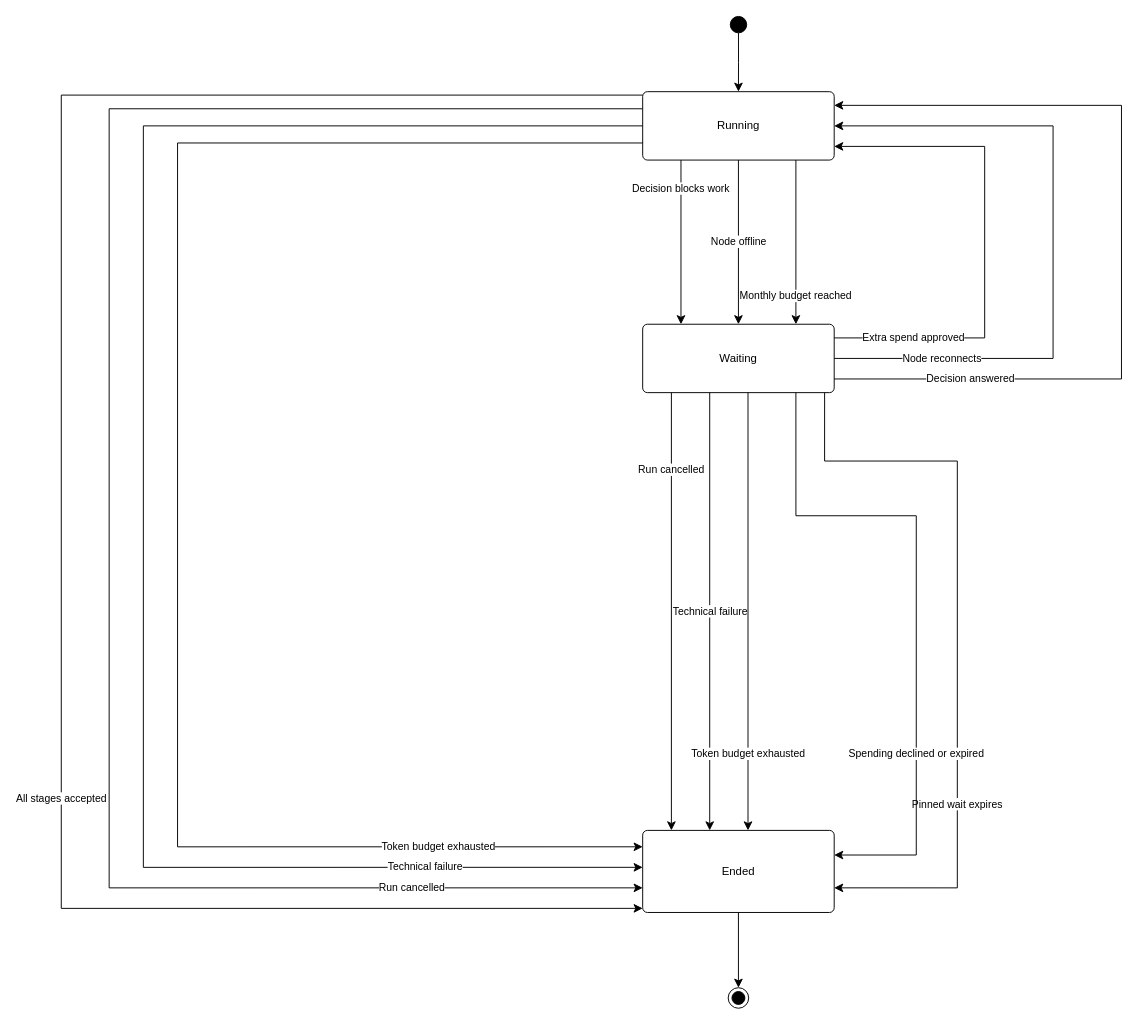
This is page "Research Run Orchestration" (4 of 8) of diagrams/09-state-machine/State-Machine-Diagrams.drawio from openai-scientist/docs, a draw.io file, before an edit. Source tidied: cells renumbered, new cells numbered last; positions are measured from the earlier drawing's top-left corner, leaving out a move shared by most shapes. Both pictures are drawn from the tidied source at 95%, with x=0, y=0 at pixel (61, 16).
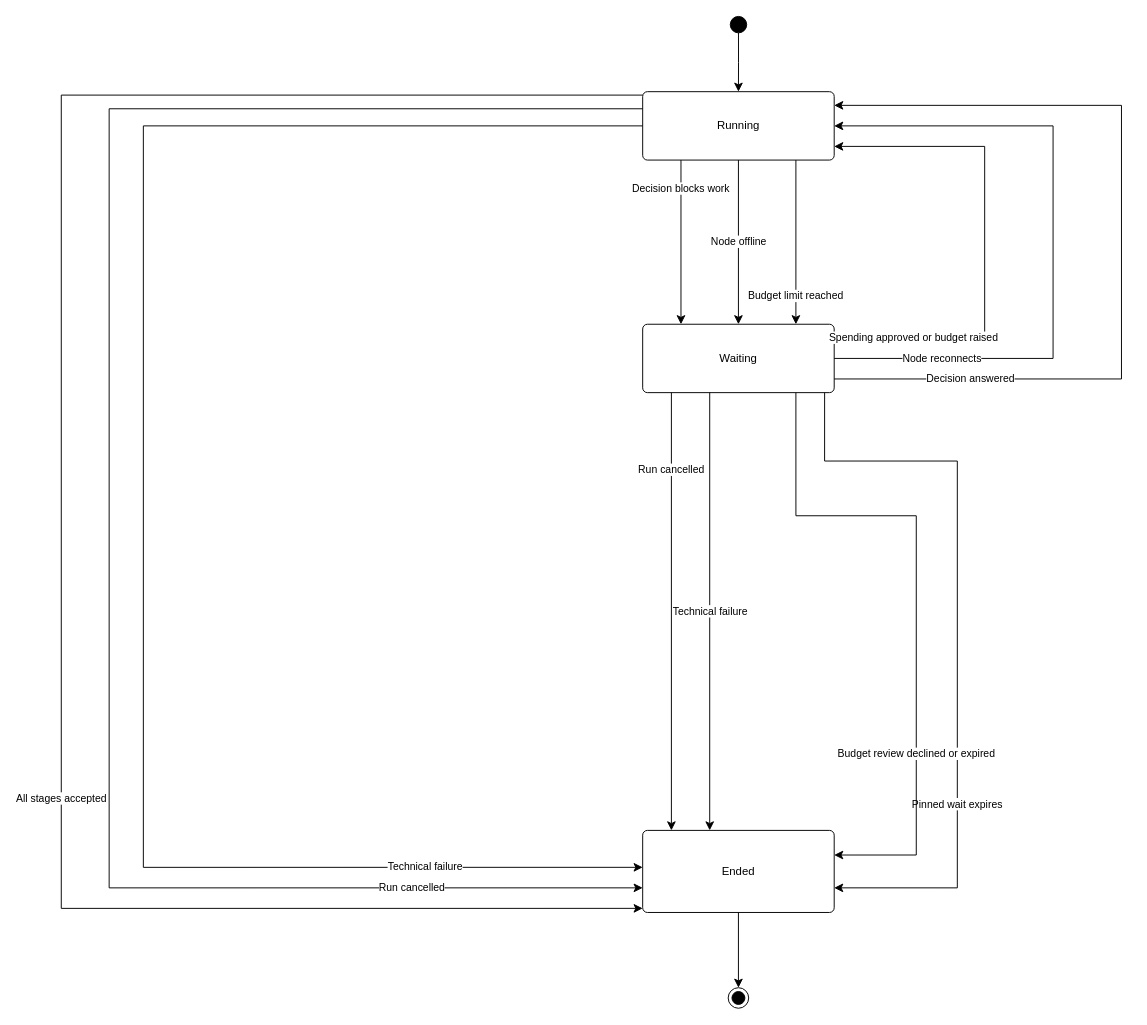
The same page after the edit.

Unchanged cells that the change refers to:
```xml
<mxCell id="3" value="Running" style="html=1;fontFamily=Arial;fontColor=#000000;strokeColor=#000000;fillColor=#ffffff;strokeWidth=1;rounded=1;absoluteArcSize=1;arcSize=10;whiteSpace=wrap;fontSize=12;" parent="1" vertex="1">
  <mxGeometry x="612" y="79" width="201.6" height="72" as="geometry" />
</mxCell>
<mxCell id="4" value="Waiting" style="html=1;fontFamily=Arial;fontColor=#000000;strokeColor=#000000;fillColor=#ffffff;strokeWidth=1;rounded=1;absoluteArcSize=1;arcSize=10;whiteSpace=wrap;fontSize=12;" parent="1" vertex="1">
  <mxGeometry x="612" y="323.8" width="201.6" height="72" as="geometry" />
</mxCell>
<mxCell id="5" value="Ended" style="html=1;fontFamily=Arial;fontColor=#000000;strokeColor=#000000;fillColor=#ffffff;strokeWidth=1;rounded=1;absoluteArcSize=1;arcSize=10;whiteSpace=wrap;fontSize=12;" parent="1" vertex="1">
  <mxGeometry x="612" y="856.6" width="201.6" height="86.4" as="geometry" />
</mxCell>
```

The edit, as a diff of the source:
```diff
@@
-    <mxCell id="10" value="Monthly budget reached" style="html=1;fontFamily=Arial;fontColor=#000000;strokeColor=#000000;fillColor=#ffffff;strokeWidth=1;edgeStyle=orthogonalEdgeStyle;rounded=0;jettySize=auto;endArrow=classic;endSize=7;endFill=1;dashed=0;labelBackgroundColor=#ffffff;align=center;verticalAlign=middle;exitX=0.8;exitY=1;entryX=0.8;entryY=0;exitPerimeter=1;entryPerimeter=1;fontSize=11;" parent="1" edge="1" source="3" target="4">
+    <mxCell id="10" value="Budget limit reached" style="html=1;fontFamily=Arial;fontColor=#000000;strokeColor=#000000;fillColor=#ffffff;strokeWidth=1;edgeStyle=orthogonalEdgeStyle;rounded=0;jettySize=auto;endArrow=classic;endSize=7;endFill=1;dashed=0;labelBackgroundColor=#ffffff;align=center;verticalAlign=middle;exitX=0.8;exitY=1;entryX=0.8;entryY=0;exitPerimeter=1;entryPerimeter=1;fontSize=11;" parent="1" edge="1" source="3" target="4">
       <mxGeometry x="0.65" relative="1" as="geometry" />
     </mxCell>
@@
-    <mxCell id="13" value="Extra spend approved" style="html=1;fontFamily=Arial;fontColor=#000000;strokeColor=#000000;fillColor=#ffffff;strokeWidth=1;edgeStyle=orthogonalEdgeStyle;rounded=0;jettySize=auto;endArrow=classic;endSize=7;endFill=1;dashed=0;labelBackgroundColor=#ffffff;align=center;verticalAlign=middle;exitX=1;exitY=0.2;entryX=1;entryY=0.8;exitPerimeter=1;entryPerimeter=1;fontSize=11;" parent="1" edge="1" source="4" target="3">
+    <mxCell id="13" value="Spending approved or budget raised" style="html=1;fontFamily=Arial;fontColor=#000000;strokeColor=#000000;fillColor=#ffffff;strokeWidth=1;edgeStyle=orthogonalEdgeStyle;rounded=0;jettySize=auto;endArrow=classic;endSize=7;endFill=1;dashed=0;labelBackgroundColor=#ffffff;align=center;verticalAlign=middle;exitX=1;exitY=0.2;entryX=1;entryY=0.8;exitPerimeter=1;entryPerimeter=1;fontSize=11;" parent="1" edge="1" source="4" target="3">
       <mxGeometry x="-0.68" relative="1" as="geometry">
         <Array as="points">
           <mxPoint x="972" y="338.2" />
           <mxPoint x="972" y="136.6" />
         </Array>
       </mxGeometry>
     </mxCell>
@@
-    <mxCell id="16" value="Spending declined or expired" style="html=1;fontFamily=Arial;fontColor=#000000;strokeColor=#000000;fillColor=#ffffff;strokeWidth=1;edgeStyle=orthogonalEdgeStyle;rounded=0;jettySize=auto;endArrow=classic;endSize=7;endFill=1;dashed=0;labelBackgroundColor=#ffffff;align=center;verticalAlign=middle;exitX=0.8;exitY=1;entryX=1;entryY=0.3;exitPerimeter=1;entryPerimeter=1;fontSize=11;" parent="1" edge="1" source="4" target="5">
+    <mxCell id="16" value="Budget review declined or expired" style="html=1;fontFamily=Arial;fontColor=#000000;strokeColor=#000000;fillColor=#ffffff;strokeWidth=1;edgeStyle=orthogonalEdgeStyle;rounded=0;jettySize=auto;endArrow=classic;endSize=7;endFill=1;dashed=0;labelBackgroundColor=#ffffff;align=center;verticalAlign=middle;exitX=0.8;exitY=1;entryX=1;entryY=0.3;exitPerimeter=1;entryPerimeter=1;fontSize=11;" parent="1" edge="1" source="4" target="5">
       <mxGeometry x="0.45" relative="1" as="geometry">
         <Array as="points">
           <mxPoint x="773.3" y="525.4" />
           <mxPoint x="900" y="525.4" />
           <mxPoint x="900" y="882.5" />
         </Array>
       </mxGeometry>
     </mxCell>
@@
-    <mxCell id="22" value="Token budget exhausted" style="html=1;fontFamily=Arial;fontColor=#000000;strokeColor=#000000;fillColor=#ffffff;strokeWidth=1;edgeStyle=orthogonalEdgeStyle;rounded=0;endArrow=classic;endSize=7;endFill=1;labelBackgroundColor=#ffffff;exitX=0;exitY=0.75;entryX=0;entryY=0.19999999999999996;exitPerimeter=1;entryPerimeter=1;fontSize=11;" parent="1" edge="1" source="3" target="5">
-      <mxGeometry x="0.75" relative="1" as="geometry">
-        <Array as="points">
-          <mxPoint x="122.4" y="133" />
-          <mxPoint x="122.4" y="873.9" />
-        </Array>
-      </mxGeometry>
-    </mxCell>
-    <mxCell id="23" value="Token budget exhausted" style="html=1;fontFamily=Arial;fontColor=#000000;strokeColor=#000000;fillColor=#ffffff;strokeWidth=1;edgeStyle=orthogonalEdgeStyle;rounded=0;endArrow=classic;endSize=7;endFill=1;labelBackgroundColor=#ffffff;exitX=0.55;exitY=1;entryX=0.55;entryY=0;exitPerimeter=1;entryPerimeter=1;fontSize=11;" parent="1" edge="1" source="4" target="5">
-      <mxGeometry x="0.65" relative="1" as="geometry" />
-    </mxCell>
```
